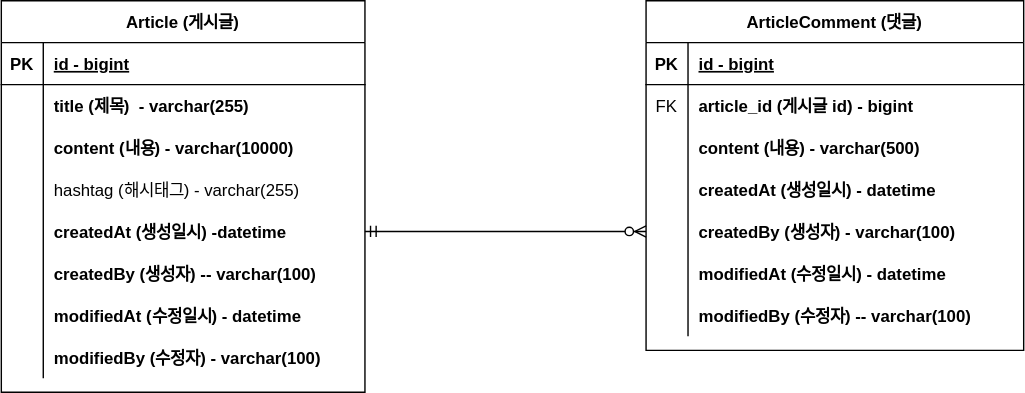
The draw.io diagram document/project-board-erd.svg in dpwns523/project-board, before a commit. Source tidied: cells renumbered, new cells last; positions are measured from the earlier drawing's top-left corner, leaving out a move shared by most shapes.
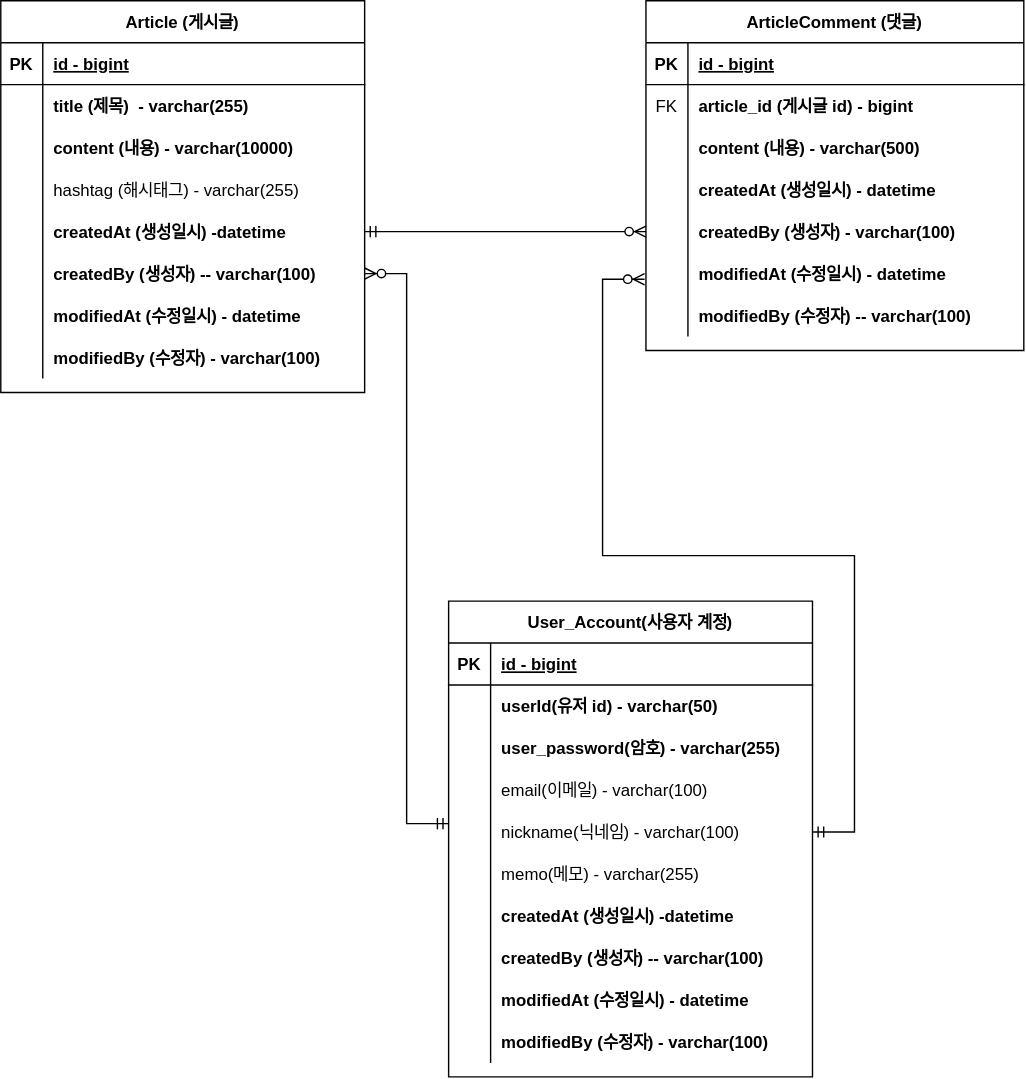
After the commit.

Commit message:
#17 - user-account 테이블 erd 추가

Diff of the diagram source:
```diff
@@ -146,5 +146,106 @@
     <mxCell id="49" style="edgeStyle=entityRelationEdgeStyle;fontSize=12;html=1;endArrow=ERzeroToMany;startArrow=ERmandOne;rounded=0;exitX=1;exitY=0.5;exitDx=0;exitDy=0;entryX=0;entryY=0.5;entryDx=0;entryDy=0;" parent="1" edge="1" source="15" target="40">
       <mxGeometry relative="1" as="geometry" />
     </mxCell>
+    <mxCell id="50" value="User_Account(사용자 계정)" style="shape=table;startSize=30;rowLines=0;fontStyle=1;align=center;" parent="1" vertex="1">
+      <mxGeometry x="320" y="429" width="260" height="340" as="geometry" />
+    </mxCell>
+    <mxCell id="51" style="shape=tableRow;horizontal=0;startSize=0;swimlaneHead=0;swimlaneBody=0;fillColor=none;top=0;left=0;right=0;bottom=1;" parent="50" vertex="1">
+      <mxGeometry y="30" width="260" height="30" as="geometry" />
+    </mxCell>
+    <mxCell id="52" value="PK" style="shape=partialRectangle;fillColor=none;top=0;left=0;bottom=0;right=0;fontStyle=1;overflow=hidden;" parent="51" vertex="1">
+      <mxGeometry width="30" height="30" as="geometry" />
+    </mxCell>
+    <mxCell id="53" value="id - bigint" style="shape=partialRectangle;fillColor=none;top=0;left=0;bottom=0;right=0;align=left;spacingLeft=6;fontStyle=5;overflow=hidden;" parent="51" vertex="1">
+      <mxGeometry x="30" width="230" height="30" as="geometry" />
+    </mxCell>
+    <mxCell id="54" style="shape=tableRow;horizontal=0;startSize=0;swimlaneHead=0;swimlaneBody=0;fillColor=none;top=0;left=0;right=0;bottom=0;" parent="50" vertex="1">
+      <mxGeometry y="60" width="260" height="30" as="geometry" />
+    </mxCell>
+    <mxCell id="55" style="shape=partialRectangle;fillColor=none;top=0;left=0;bottom=0;right=0;overflow=hidden;" parent="54" vertex="1">
+      <mxGeometry width="30" height="30" as="geometry" />
+    </mxCell>
+    <mxCell id="56" value="userId(유저 id) - varchar(50)" style="shape=partialRectangle;fillColor=none;top=0;left=0;bottom=0;right=0;align=left;spacingLeft=6;overflow=hidden;fontStyle=1;" parent="54" vertex="1">
+      <mxGeometry x="30" width="230" height="30" as="geometry" />
+    </mxCell>
+    <mxCell id="57" style="shape=tableRow;horizontal=0;startSize=0;swimlaneHead=0;swimlaneBody=0;fillColor=none;top=0;left=0;right=0;bottom=0;" parent="50" vertex="1">
+      <mxGeometry y="90" width="260" height="30" as="geometry" />
+    </mxCell>
+    <mxCell id="58" style="shape=partialRectangle;fillColor=none;top=0;left=0;bottom=0;right=0;overflow=hidden;" parent="57" vertex="1">
+      <mxGeometry width="30" height="30" as="geometry" />
+    </mxCell>
+    <mxCell id="59" value="user_password(암호) - varchar(255)   " style="shape=partialRectangle;fillColor=none;top=0;left=0;bottom=0;right=0;align=left;spacingLeft=6;overflow=hidden;fontStyle=1;" parent="57" vertex="1">
+      <mxGeometry x="30" width="230" height="30" as="geometry" />
+    </mxCell>
+    <mxCell id="60" style="shape=tableRow;horizontal=0;startSize=0;swimlaneHead=0;swimlaneBody=0;fillColor=none;top=0;left=0;right=0;bottom=0;" parent="50" vertex="1">
+      <mxGeometry y="120" width="260" height="30" as="geometry" />
+    </mxCell>
+    <mxCell id="61" style="shape=partialRectangle;fillColor=none;top=0;left=0;bottom=0;right=0;overflow=hidden;" parent="60" vertex="1">
+      <mxGeometry width="30" height="30" as="geometry" />
+    </mxCell>
+    <mxCell id="62" value="email(이메일) - varchar(100)" style="shape=partialRectangle;fillColor=none;top=0;left=0;bottom=0;right=0;align=left;spacingLeft=6;overflow=hidden;" parent="60" vertex="1">
+      <mxGeometry x="30" width="230" height="30" as="geometry" />
+    </mxCell>
+    <mxCell id="63" style="shape=tableRow;horizontal=0;startSize=0;swimlaneHead=0;swimlaneBody=0;fillColor=none;points=[[0,0.5],[1,0.5]];portConstraint=eastwest;top=0;left=0;right=0;bottom=0;" parent="50" vertex="1">
+      <mxGeometry y="150" width="260" height="30" as="geometry" />
+    </mxCell>
+    <mxCell id="64" style="shape=partialRectangle;fillColor=none;top=0;left=0;bottom=0;right=0;overflow=hidden;" parent="63" vertex="1">
+      <mxGeometry width="30" height="30" as="geometry" />
+    </mxCell>
+    <mxCell id="65" value="nickname(닉네임) - varchar(100)" style="shape=partialRectangle;fillColor=none;top=0;left=0;bottom=0;right=0;align=left;spacingLeft=6;overflow=hidden;" parent="63" vertex="1">
+      <mxGeometry x="30" width="230" height="30" as="geometry" />
+    </mxCell>
+    <mxCell id="66" style="shape=tableRow;horizontal=0;startSize=0;swimlaneHead=0;swimlaneBody=0;fillColor=none;top=0;left=0;right=0;bottom=0;" parent="50" vertex="1">
+      <mxGeometry y="180" width="260" height="30" as="geometry" />
+    </mxCell>
+    <mxCell id="67" style="shape=partialRectangle;fillColor=none;top=0;left=0;bottom=0;right=0;overflow=hidden;" parent="66" vertex="1">
+      <mxGeometry width="30" height="30" as="geometry" />
+    </mxCell>
+    <mxCell id="68" value="memo(메모) - varchar(255)" style="shape=partialRectangle;fillColor=none;top=0;left=0;bottom=0;right=0;align=left;spacingLeft=6;overflow=hidden;" parent="66" vertex="1">
+      <mxGeometry x="30" width="230" height="30" as="geometry" />
+    </mxCell>
+    <mxCell id="69" style="shape=tableRow;horizontal=0;startSize=0;swimlaneHead=0;swimlaneBody=0;fillColor=none;top=0;left=0;right=0;bottom=0;" parent="50" vertex="1">
+      <mxGeometry y="210" width="260" height="30" as="geometry" />
+    </mxCell>
+    <mxCell id="70" style="shape=partialRectangle;fillColor=none;top=0;left=0;bottom=0;right=0;overflow=hidden;" parent="69" vertex="1">
+      <mxGeometry width="30" height="30" as="geometry" />
+    </mxCell>
+    <mxCell id="71" value="createdAt (생성일시) -datetime" style="shape=partialRectangle;fillColor=none;top=0;left=0;bottom=0;right=0;align=left;spacingLeft=6;overflow=hidden;fontStyle=1;" parent="69" vertex="1">
+      <mxGeometry x="30" width="230" height="30" as="geometry" />
+    </mxCell>
+    <mxCell id="72" style="shape=tableRow;horizontal=0;startSize=0;swimlaneHead=0;swimlaneBody=0;fillColor=none;top=0;left=0;right=0;bottom=0;" parent="50" vertex="1">
+      <mxGeometry y="240" width="260" height="30" as="geometry" />
+    </mxCell>
+    <mxCell id="73" style="shape=partialRectangle;fillColor=none;top=0;left=0;bottom=0;right=0;overflow=hidden;" parent="72" vertex="1">
+      <mxGeometry width="30" height="30" as="geometry" />
+    </mxCell>
+    <mxCell id="74" value="createdBy (생성자) -- varchar(100)" style="shape=partialRectangle;fillColor=none;top=0;left=0;bottom=0;right=0;align=left;spacingLeft=6;overflow=hidden;fontStyle=1;" parent="72" vertex="1">
+      <mxGeometry x="30" width="230" height="30" as="geometry" />
+    </mxCell>
+    <mxCell id="75" style="shape=tableRow;horizontal=0;startSize=0;swimlaneHead=0;swimlaneBody=0;fillColor=none;top=0;left=0;right=0;bottom=0;" parent="50" vertex="1">
+      <mxGeometry y="270" width="260" height="30" as="geometry" />
+    </mxCell>
+    <mxCell id="76" style="shape=partialRectangle;fillColor=none;top=0;left=0;bottom=0;right=0;overflow=hidden;" parent="75" vertex="1">
+      <mxGeometry width="30" height="30" as="geometry" />
+    </mxCell>
+    <mxCell id="77" value="modifiedAt (수정일시) - datetime" style="shape=partialRectangle;fillColor=none;top=0;left=0;bottom=0;right=0;align=left;spacingLeft=6;overflow=hidden;fontStyle=1;" parent="75" vertex="1">
+      <mxGeometry x="30" width="230" height="30" as="geometry" />
+    </mxCell>
+    <mxCell id="78" style="shape=tableRow;horizontal=0;startSize=0;swimlaneHead=0;swimlaneBody=0;fillColor=none;top=0;left=0;right=0;bottom=0;" parent="50" vertex="1">
+      <mxGeometry y="300" width="260" height="30" as="geometry" />
+    </mxCell>
+    <mxCell id="79" style="shape=partialRectangle;fillColor=none;top=0;left=0;bottom=0;right=0;overflow=hidden;" parent="78" vertex="1">
+      <mxGeometry width="30" height="30" as="geometry" />
+    </mxCell>
+    <mxCell id="80" value="modifiedBy (수정자) - varchar(100)" style="shape=partialRectangle;fillColor=none;top=0;left=0;bottom=0;right=0;align=left;spacingLeft=6;overflow=hidden;fontStyle=1;" parent="78" vertex="1">
+      <mxGeometry x="30" width="230" height="30" as="geometry" />
+    </mxCell>
+    <mxCell id="81" style="edgeStyle=entityRelationEdgeStyle;fontSize=12;html=1;endArrow=ERzeroToMany;startArrow=ERmandOne;rounded=0;entryX=1;entryY=0.5;entryDx=0;entryDy=0;exitX=0;exitY=0.3;exitDx=0;exitDy=0;exitPerimeter=0;" parent="1" edge="1" source="63" target="18">
+      <mxGeometry relative="1" as="geometry" />
+    </mxCell>
+    <mxCell id="82" style="edgeStyle=entityRelationEdgeStyle;fontSize=12;html=1;endArrow=ERzeroToMany;startArrow=ERmandOne;rounded=0;exitX=1;exitY=0.5;exitDx=0;exitDy=0;" parent="1" edge="1" source="63">
+      <mxGeometry relative="1" as="geometry">
+        <mxPoint x="460" y="199" as="targetPoint" />
+      </mxGeometry>
+    </mxCell>
   </root>
 </mxGraphModel>
```
